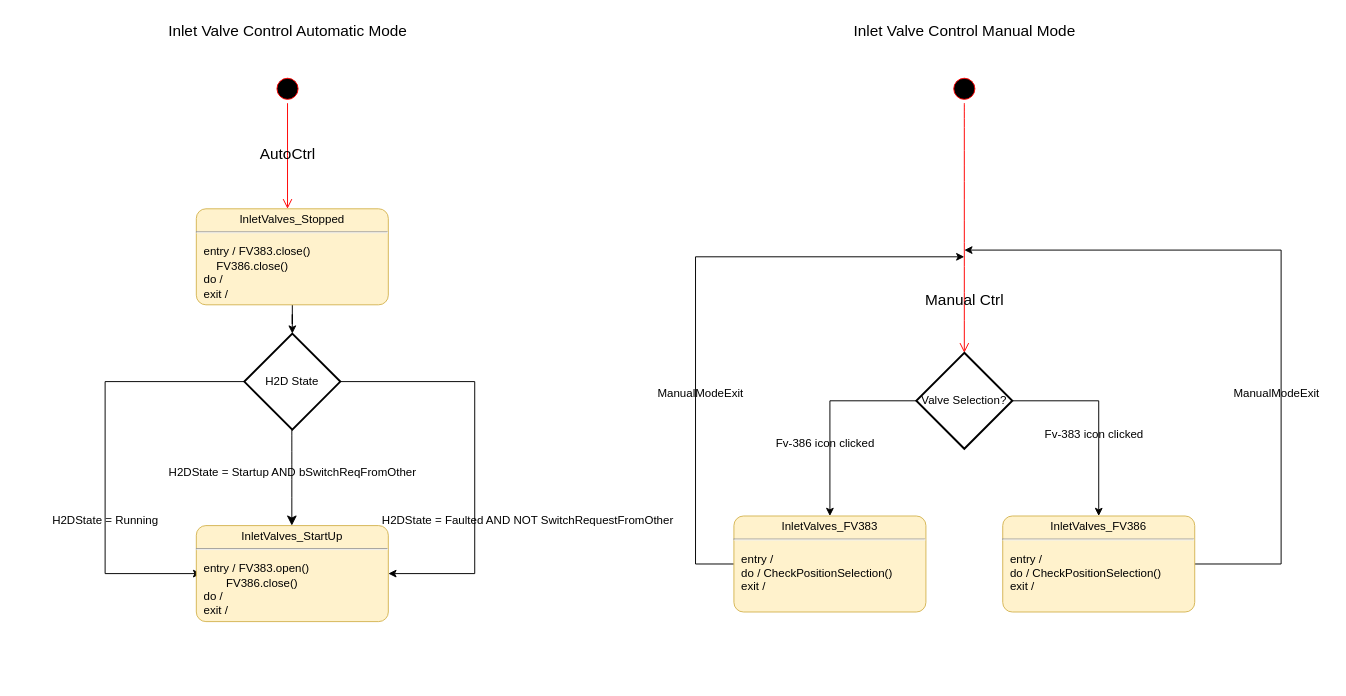
This is page "InletAirSupplyController" (12 of 12) of H2D Modular.drawio from EdwardsKorea/CommonDrawIO, a draw.io file, before an edit. Source tidied: cells renumbered, new cells numbered last; positions are measured from the earlier drawing's top-left corner, leaving out a move shared by most shapes. Both pictures are drawn from the tidied source at 96%, with x=0, y=0 at pixel (42, 16).
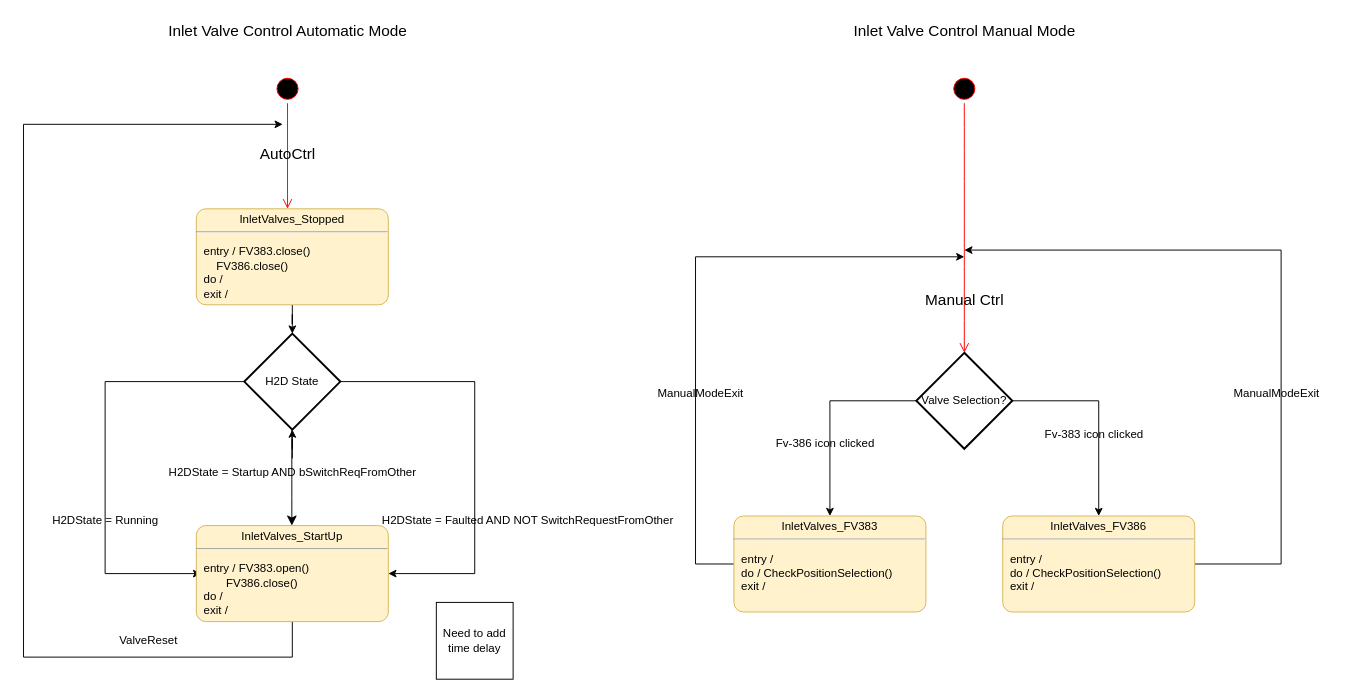
The same page after the edit.

Unchanged cells that the change refers to:
```xml
<mxCell id="12" value="&lt;p style=&quot;margin:0px;margin-top:4px;text-align:center;&quot;&gt;InletValves_StartUp&lt;/p&gt;&lt;hr&gt;&lt;p&gt;&lt;/p&gt;&lt;p style=&quot;margin:0px;margin-left:8px;text-align:left;&quot;&gt;entry / FV383.open()&amp;nbsp;&amp;nbsp;&lt;/p&gt;&lt;p style=&quot;margin:0px;margin-left:8px;text-align:left;&quot;&gt;&lt;span style=&quot;white-space: pre;&quot;&gt; &lt;/span&gt;&amp;nbsp; &lt;span style=&quot;white-space: pre;&quot;&gt; &lt;/span&gt;&amp;nbsp;&amp;nbsp;&amp;nbsp;FV386.close()&lt;br&gt;&lt;/p&gt;&lt;p style=&quot;margin:0px;margin-left:8px;text-align:left;&quot;&gt;do /&amp;nbsp;&lt;br&gt;exit /&amp;nbsp;&lt;/p&gt;" style="shape=mxgraph.sysml.simpleState;html=1;overflow=fill;whiteSpace=wrap;align=center;fillColor=#fff2cc;strokeColor=#d6b656;" parent="1" vertex="1">
  <mxGeometry x="160" y="530" width="200" height="100" as="geometry" />
</mxCell>
<mxCell id="13" value="H2DState = Startup AND bSwitchReqFromOther" style="text;html=1;align=center;verticalAlign=middle;points=[];strokeColor=none;fillColor=none;" parent="1" vertex="1">
  <mxGeometry x="120" y="460" width="280" height="30" as="geometry" />
</mxCell>
<mxCell id="15" value="H2D State" style="strokeWidth=2;html=1;shape=mxgraph.flowchart.decision;whiteSpace=wrap;" parent="1" vertex="1">
  <mxGeometry x="210" y="330" width="100" height="100" as="geometry" />
</mxCell>
```

The edit, as a diff of the source:
```diff
@@
+    <mxCell id="31" style="edgeStyle=orthogonalEdgeStyle;rounded=0;jettySize=auto;html=1;exitX=0.5;exitY=1;exitDx=0;exitDy=0;exitPerimeter=0;" parent="1" edge="1" source="12">
+      <mxGeometry relative="1" as="geometry">
+        <mxPoint x="250" y="112" as="targetPoint" />
+        <Array as="points">
+          <mxPoint x="260" y="667" />
+          <mxPoint x="-20" y="667" />
+          <mxPoint x="-20" y="112" />
+        </Array>
+      </mxGeometry>
+    </mxCell>
@@
+    <mxCell id="32" style="edgeStyle=orthogonalEdgeStyle;rounded=0;jettySize=auto;html=1;" parent="1" edge="1" source="13" target="15">
+      <mxGeometry relative="1" as="geometry" />
+    </mxCell>
@@
+    <mxCell id="33" value="Need to add time delay" style="whiteSpace=wrap;html=1;" parent="1" vertex="1">
+      <mxGeometry x="410" y="610" width="80" height="80" as="geometry" />
+    </mxCell>
+    <mxCell id="34" value="ValveReset" style="text;html=1;align=center;verticalAlign=middle;strokeColor=none;fillColor=none;" parent="1" vertex="1">
+      <mxGeometry x="70" y="635" width="80" height="30" as="geometry" />
+    </mxCell>
```
